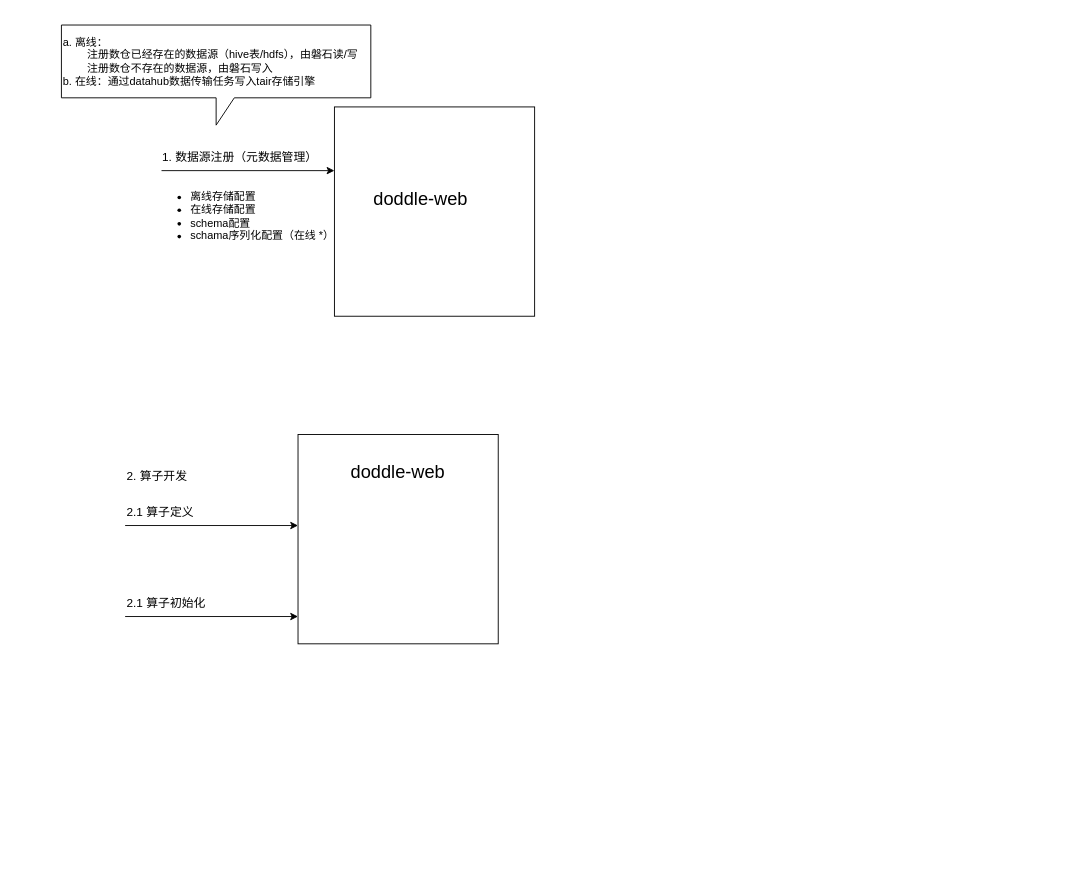
This is 特征生产流程.drawio from Nine98/demo-draw, a draw.io file, before an edit. Source tidied: cells renumbered, new cells numbered last; positions are measured from the earlier drawing's top-left corner, leaving out a move shared by most shapes. Both pictures are drawn from the tidied source at 91%, with x=0, y=0 at pixel (61, 25).
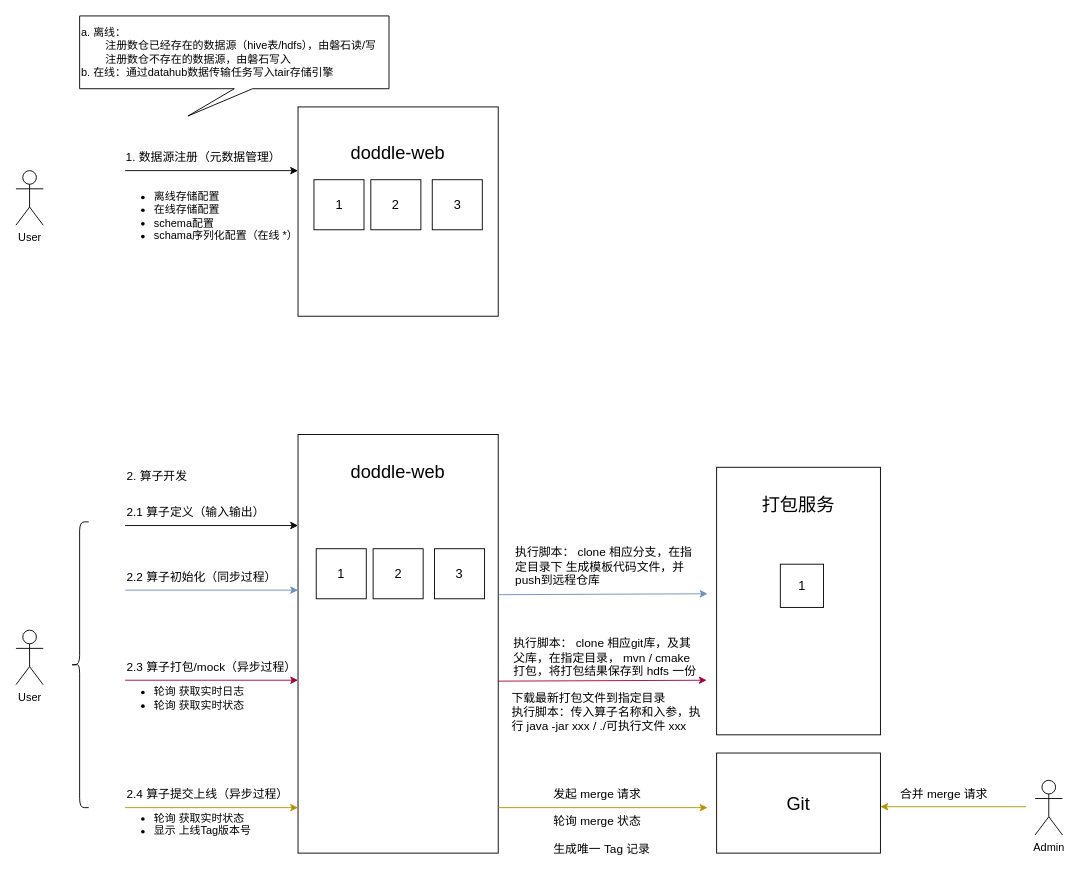
The same diagram, later.

Commit message (it also covers changes not shown here):
更新特征生产流程.drawio

What changed in the source:
```diff
@@
     <mxCell id="2" style="rounded=0;whiteSpace=wrap;html=1;" parent="1" vertex="1">
-      <mxGeometry x="300" y="90" width="220" height="230" as="geometry" />
+      <mxGeometry x="260" y="90" width="220" height="230" as="geometry" />
     </mxCell>
     <mxCell id="3" value="&lt;font style=&quot;font-size: 20px;&quot;&gt;doddle-web&lt;/font&gt;" style="text;html=1;align=center;verticalAlign=middle;whiteSpace=wrap;rounded=0;" parent="1" vertex="1">
-      <mxGeometry x="330" y="160" width="130" height="60" as="geometry" />
+      <mxGeometry x="305" y="110" width="130" height="60" as="geometry" />
     </mxCell>
     <mxCell id="4" style="endArrow=classic;html=1;rounded=0;" parent="1" edge="1">
       <mxGeometry relative="1" as="geometry">
-        <mxPoint x="110" y="160" as="sourcePoint" />
-        <mxPoint x="300" y="160" as="targetPoint" />
+        <mxPoint x="70" y="160" as="sourcePoint" />
+        <mxPoint x="260" y="160" as="targetPoint" />
       </mxGeometry>
     </mxCell>
@@
     <mxCell id="6" value="&lt;font style=&quot;font-size: 13px;&quot;&gt;1. 数据源注册（元数据管理）&lt;/font&gt;" style="text;html=1;align=center;verticalAlign=middle;whiteSpace=wrap;rounded=0;" parent="1" vertex="1">
-      <mxGeometry x="110" y="130" width="170" height="30" as="geometry" />
+      <mxGeometry x="70" y="130" width="170" height="30" as="geometry" />
     </mxCell>
-    <mxCell id="7" value="a. 离线：&lt;div&gt;&lt;span style=&quot;white-space: pre;&quot;&gt;&#9;&lt;/span&gt;注册数仓已经存在的数据源（hive表/hdfs），由磐石读/写&lt;div&gt;&lt;span style=&quot;white-space: pre;&quot;&gt;&#9;&lt;/span&gt;注册数仓不存在的数据源，由磐石写入&lt;/div&gt;&lt;/div&gt;&lt;div&gt;b. 在线：通过datahub数据传输任务写入tair存储引擎&lt;/div&gt;" style="shape=callout;whiteSpace=wrap;html=1;perimeter=calloutPerimeter;align=left;" parent="1" vertex="1">
-      <mxGeometry width="340" height="110" as="geometry" />
+    <mxCell id="7" value="a. 离线：&lt;div&gt;&lt;span style=&quot;white-space: pre;&quot;&gt;&#9;&lt;/span&gt;注册数仓已经存在的数据源（hive表/hdfs），由磐石读/写&lt;div&gt;&lt;span style=&quot;white-space: pre;&quot;&gt;&#9;&lt;/span&gt;注册数仓不存在的数据源，由磐石写入&lt;/div&gt;&lt;/div&gt;&lt;div&gt;b. 在线：通过datahub数据传输任务写入tair存储引擎&lt;/div&gt;" style="shape=callout;whiteSpace=wrap;html=1;perimeter=calloutPerimeter;align=left;position2=0.35;" parent="1" vertex="1">
+      <mxGeometry x="20" y="-10" width="340" height="110" as="geometry" />
     </mxCell>
@@
     <mxCell id="9" value="&lt;ul&gt;&lt;li&gt;离线存储配置&lt;/li&gt;&lt;li&gt;在线存储配置&lt;/li&gt;&lt;li&gt;schema配置&lt;/li&gt;&lt;li&gt;schama序列化配置（在线 *）&lt;/li&gt;&lt;/ul&gt;" style="text;strokeColor=none;fillColor=none;html=1;whiteSpace=wrap;verticalAlign=middle;overflow=hidden;" parent="1" vertex="1">
-      <mxGeometry x="100" y="160" width="200" height="100" as="geometry" />
+      <mxGeometry x="60" y="160" width="200" height="100" as="geometry" />
     </mxCell>
     <mxCell id="10" style="rounded=0;whiteSpace=wrap;html=1;" parent="1" vertex="1">
-      <mxGeometry x="260" y="450" width="220" height="230" as="geometry" />
+      <mxGeometry x="260" y="450" width="220" height="460" as="geometry" />
     </mxCell>
@@
-    <mxCell id="12" value="&lt;font style=&quot;font-size: 13px;&quot;&gt;2.1 算子定义&lt;/font&gt;" style="text;html=1;align=left;verticalAlign=middle;whiteSpace=wrap;rounded=0;" parent="1" vertex="1">
+    <mxCell id="12" value="&lt;font style=&quot;font-size: 13px;&quot;&gt;2.1 算子定义（输入输出）&lt;/font&gt;" style="text;html=1;align=left;verticalAlign=middle;whiteSpace=wrap;rounded=0;" parent="1" vertex="1">
       <mxGeometry x="70" y="520" width="170" height="30" as="geometry" />
     </mxCell>
-    <mxCell id="13" value="&lt;font style=&quot;font-size: 13px;&quot;&gt;2.1 算子初始化&lt;/font&gt;" style="text;html=1;align=left;verticalAlign=middle;whiteSpace=wrap;rounded=0;" parent="1" vertex="1">
-      <mxGeometry x="70" y="620" width="170" height="30" as="geometry" />
+    <mxCell id="13" value="&lt;font style=&quot;font-size: 13px;&quot;&gt;2.2 算子初始化（同步过程）&lt;/font&gt;" style="text;html=1;align=left;verticalAlign=middle;whiteSpace=wrap;rounded=0;" parent="1" vertex="1">
+      <mxGeometry x="70" y="591" width="170" height="30" as="geometry" />
     </mxCell>
-    <mxCell id="14" style="endArrow=classic;html=1;rounded=0;entryX=-0.018;entryY=0.805;entryDx=0;entryDy=0;entryPerimeter=0;" parent="1" edge="1">
+    <mxCell id="14" style="endArrow=classic;html=1;rounded=0;entryX=-0.018;entryY=0.805;entryDx=0;entryDy=0;entryPerimeter=0;fillColor=#dae8fc;strokeColor=#6c8ebf;" parent="1" edge="1">
       <mxGeometry relative="1" as="geometry">
-        <mxPoint x="70" y="650" as="sourcePoint" />
-        <mxPoint x="260" y="650" as="targetPoint" />
+        <mxPoint x="70" y="621" as="sourcePoint" />
+        <mxPoint x="260" y="621" as="targetPoint" />
       </mxGeometry>
     </mxCell>
+    <mxCell id="15" value="&lt;font style=&quot;font-size: 14px;&quot;&gt;1&lt;/font&gt;" style="whiteSpace=wrap;html=1;" parent="1" vertex="1">
+      <mxGeometry x="280" y="575.5" width="55" height="55" as="geometry" />
+    </mxCell>
+    <mxCell id="16" value="&lt;span style=&quot;font-size: 14px;&quot;&gt;2&lt;/span&gt;" style="whiteSpace=wrap;html=1;" parent="1" vertex="1">
+      <mxGeometry x="342.5" y="575.5" width="55" height="55" as="geometry" />
+    </mxCell>
+    <mxCell id="17" value="&lt;span style=&quot;font-size: 14px;&quot;&gt;3&lt;/span&gt;" style="whiteSpace=wrap;html=1;" parent="1" vertex="1">
+      <mxGeometry x="410" y="575.5" width="55" height="55" as="geometry" />
+    </mxCell>
+    <mxCell id="18" style="rounded=0;whiteSpace=wrap;html=1;" parent="1" vertex="1">
+      <mxGeometry x="720" y="486" width="180" height="294" as="geometry" />
+    </mxCell>
+    <mxCell id="19" value="&lt;span style=&quot;font-size: 20px;&quot;&gt;打包服务&lt;/span&gt;" style="text;html=1;align=center;verticalAlign=middle;whiteSpace=wrap;rounded=0;" parent="1" vertex="1">
+      <mxGeometry x="745" y="496" width="130" height="60" as="geometry" />
+    </mxCell>
+    <mxCell id="20" value="&lt;span style=&quot;font-size: 14px;&quot;&gt;1&lt;/span&gt;" style="whiteSpace=wrap;html=1;" parent="1" vertex="1">
+      <mxGeometry x="790" y="592.5" width="47.5" height="47.5" as="geometry" />
+    </mxCell>
+    <mxCell id="21" style="endArrow=classic;html=1;rounded=0;fillColor=#dae8fc;strokeColor=#6c8ebf;" parent="1" edge="1">
+      <mxGeometry relative="1" as="geometry">
+        <mxPoint x="481" y="626" as="sourcePoint" />
+        <mxPoint x="710" y="625" as="targetPoint" />
+      </mxGeometry>
+    </mxCell>
+    <mxCell id="22" value="&lt;span style=&quot;font-size: 13px;&quot;&gt;执行脚本： clone 相应分支，在指定目录下 生成模板代码文件，并push到远程仓库&lt;/span&gt;" style="text;html=1;align=left;verticalAlign=middle;whiteSpace=wrap;rounded=0;" parent="1" vertex="1">
+      <mxGeometry x="497" y="570" width="205" height="50" as="geometry" />
+    </mxCell>
+    <mxCell id="23" value="&lt;font style=&quot;font-size: 13px;&quot;&gt;2.3 算子打包/mock（异步过程）&lt;/font&gt;" style="text;html=1;align=left;verticalAlign=middle;whiteSpace=wrap;rounded=0;" parent="1" vertex="1">
+      <mxGeometry x="70" y="690" width="190" height="30" as="geometry" />
+    </mxCell>
+    <mxCell id="24" style="endArrow=classic;html=1;rounded=0;entryX=-0.018;entryY=0.805;entryDx=0;entryDy=0;entryPerimeter=0;fillColor=#d80073;strokeColor=#A50040;" parent="1" edge="1">
+      <mxGeometry relative="1" as="geometry">
+        <mxPoint x="70" y="720" as="sourcePoint" />
+        <mxPoint x="260" y="720" as="targetPoint" />
+      </mxGeometry>
+    </mxCell>
+    <mxCell id="25" style="endArrow=classic;html=1;rounded=0;fillColor=#d80073;strokeColor=#A50040;" parent="1" edge="1">
+      <mxGeometry relative="1" as="geometry">
+        <mxPoint x="480" y="721" as="sourcePoint" />
+        <mxPoint x="709" y="720" as="targetPoint" />
+      </mxGeometry>
+    </mxCell>
+    <mxCell id="26" value="&lt;span style=&quot;font-size: 13px;&quot;&gt;执行脚本： clone 相应git库，及其父库，在指定目录， mvn / cmake 打包，将打包结果保存到 hdfs 一份&lt;/span&gt;" style="text;html=1;align=left;verticalAlign=middle;whiteSpace=wrap;rounded=0;" parent="1" vertex="1">
+      <mxGeometry x="495" y="670" width="205" height="50" as="geometry" />
+    </mxCell>
+    <mxCell id="27" value="&lt;ul&gt;&lt;li&gt;轮询 获取实时日志&lt;/li&gt;&lt;li&gt;轮询 获取实时状态&lt;/li&gt;&lt;/ul&gt;" style="text;strokeColor=none;fillColor=none;html=1;whiteSpace=wrap;verticalAlign=middle;overflow=hidden;" parent="1" vertex="1">
+      <mxGeometry x="60" y="710" width="180" height="60" as="geometry" />
+    </mxCell>
+    <mxCell id="28" value="&lt;span style=&quot;font-size: 13px;&quot;&gt;下载最新打包文件到指定目录&lt;/span&gt;&lt;div&gt;&lt;span style=&quot;font-size: 13px;&quot;&gt;执行脚本：传入算子名称和入参，执行 java -jar xxx / ./可执行文件 xxx&lt;/span&gt;&lt;/div&gt;" style="text;html=1;align=left;verticalAlign=middle;whiteSpace=wrap;rounded=0;" parent="1" vertex="1">
+      <mxGeometry x="493" y="730" width="210" height="50" as="geometry" />
+    </mxCell>
+    <mxCell id="29" value="&lt;font style=&quot;font-size: 13px;&quot;&gt;2.4 算子提交上线（异步过程）&lt;/font&gt;" style="text;html=1;align=left;verticalAlign=middle;whiteSpace=wrap;rounded=0;" parent="1" vertex="1">
+      <mxGeometry x="70" y="830" width="180" height="30" as="geometry" />
+    </mxCell>
+    <mxCell id="30" style="endArrow=classic;html=1;rounded=0;entryX=-0.018;entryY=0.805;entryDx=0;entryDy=0;entryPerimeter=0;fillColor=#e3c800;strokeColor=#B09500;" parent="1" edge="1">
+      <mxGeometry relative="1" as="geometry">
+        <mxPoint x="70" y="860" as="sourcePoint" />
+        <mxPoint x="260" y="860" as="targetPoint" />
+      </mxGeometry>
+    </mxCell>
+    <mxCell id="31" value="&lt;ul&gt;&lt;li&gt;轮询 获取实时状态&lt;/li&gt;&lt;li&gt;显示 上线Tag版本号&lt;/li&gt;&lt;/ul&gt;" style="text;strokeColor=none;fillColor=none;html=1;whiteSpace=wrap;verticalAlign=middle;overflow=hidden;" parent="1" vertex="1">
+      <mxGeometry x="60" y="850" width="180" height="50" as="geometry" />
+    </mxCell>
+    <mxCell id="32" style="rounded=0;whiteSpace=wrap;html=1;" parent="1" vertex="1">
+      <mxGeometry x="720" y="800" width="180" height="110" as="geometry" />
+    </mxCell>
+    <mxCell id="33" style="endArrow=classic;html=1;rounded=0;fillColor=#e3c800;strokeColor=#B09500;" parent="1" edge="1">
+      <mxGeometry relative="1" as="geometry">
+        <mxPoint x="480" y="860" as="sourcePoint" />
+        <mxPoint x="710" y="860" as="targetPoint" />
+      </mxGeometry>
+    </mxCell>
+    <mxCell id="34" value="&lt;span style=&quot;font-size: 20px;&quot;&gt;Git&lt;/span&gt;" style="text;html=1;align=center;verticalAlign=middle;whiteSpace=wrap;rounded=0;" parent="1" vertex="1">
+      <mxGeometry x="745" y="825" width="130" height="60" as="geometry" />
+    </mxCell>
+    <mxCell id="35" value="&lt;span style=&quot;font-size: 13px;&quot;&gt;发起 merge 请求&lt;/span&gt;" style="text;html=1;align=left;verticalAlign=middle;whiteSpace=wrap;rounded=0;" parent="1" vertex="1">
+      <mxGeometry x="538.5" y="820" width="122" height="50" as="geometry" />
+    </mxCell>
+    <mxCell id="36" value="&lt;span style=&quot;font-size: 13px;&quot;&gt;轮询 merge 状态&lt;/span&gt;" style="text;html=1;align=left;verticalAlign=middle;whiteSpace=wrap;rounded=0;" parent="1" vertex="1">
+      <mxGeometry x="538.5" y="850" width="122" height="50" as="geometry" />
+    </mxCell>
+    <mxCell id="37" style="endArrow=classic;html=1;rounded=0;entryX=0.311;entryY=1.023;entryDx=0;entryDy=0;entryPerimeter=0;fillColor=#e3c800;strokeColor=#B09500;" parent="1" edge="1">
+      <mxGeometry relative="1" as="geometry">
+        <mxPoint x="1060" y="859" as="sourcePoint" />
+        <mxPoint x="900" y="859" as="targetPoint" />
+      </mxGeometry>
+    </mxCell>
+    <mxCell id="38" value="Admin" style="shape=umlActor;verticalLabelPosition=bottom;verticalAlign=top;html=1;" parent="1" vertex="1">
+      <mxGeometry x="1070" y="830" width="30" height="60" as="geometry" />
+    </mxCell>
+    <mxCell id="39" value="&lt;span style=&quot;font-size: 13px;&quot;&gt;合并 merge 请求&lt;/span&gt;" style="text;html=1;align=left;verticalAlign=middle;whiteSpace=wrap;rounded=0;" parent="1" vertex="1">
+      <mxGeometry x="920" y="820" width="112" height="50" as="geometry" />
+    </mxCell>
+    <mxCell id="40" value="&lt;span style=&quot;font-size: 13px;&quot;&gt;生成唯一 Tag 记录&lt;/span&gt;" style="text;html=1;align=left;verticalAlign=middle;whiteSpace=wrap;rounded=0;" parent="1" vertex="1">
+      <mxGeometry x="538.5" y="880" width="122" height="50" as="geometry" />
+    </mxCell>
+    <mxCell id="41" value="User" style="shape=umlActor;verticalLabelPosition=bottom;verticalAlign=top;html=1;" parent="1" vertex="1">
+      <mxGeometry x="-50" y="665" width="30" height="60" as="geometry" />
+    </mxCell>
+    <mxCell id="42" style="shape=curlyBracket;whiteSpace=wrap;html=1;rounded=1;labelPosition=left;verticalLabelPosition=middle;align=right;verticalAlign=middle;" parent="1" vertex="1">
+      <mxGeometry x="10" y="546" width="20" height="314" as="geometry" />
+    </mxCell>
+    <mxCell id="43" value="User" style="shape=umlActor;verticalLabelPosition=bottom;verticalAlign=top;html=1;" parent="1" vertex="1">
+      <mxGeometry x="-50" y="160" width="30" height="60" as="geometry" />
+    </mxCell>
+    <mxCell id="44" value="&lt;font style=&quot;font-size: 14px;&quot;&gt;1&lt;/font&gt;" style="whiteSpace=wrap;html=1;" parent="1" vertex="1">
+      <mxGeometry x="277.5" y="170" width="55" height="55" as="geometry" />
+    </mxCell>
+    <mxCell id="45" value="&lt;span style=&quot;font-size: 14px;&quot;&gt;2&lt;/span&gt;" style="whiteSpace=wrap;html=1;" parent="1" vertex="1">
+      <mxGeometry x="340" y="170" width="55" height="55" as="geometry" />
+    </mxCell>
+    <mxCell id="46" value="&lt;span style=&quot;font-size: 14px;&quot;&gt;3&lt;/span&gt;" style="whiteSpace=wrap;html=1;" parent="1" vertex="1">
+      <mxGeometry x="407.5" y="170" width="55" height="55" as="geometry" />
+    </mxCell>
```
